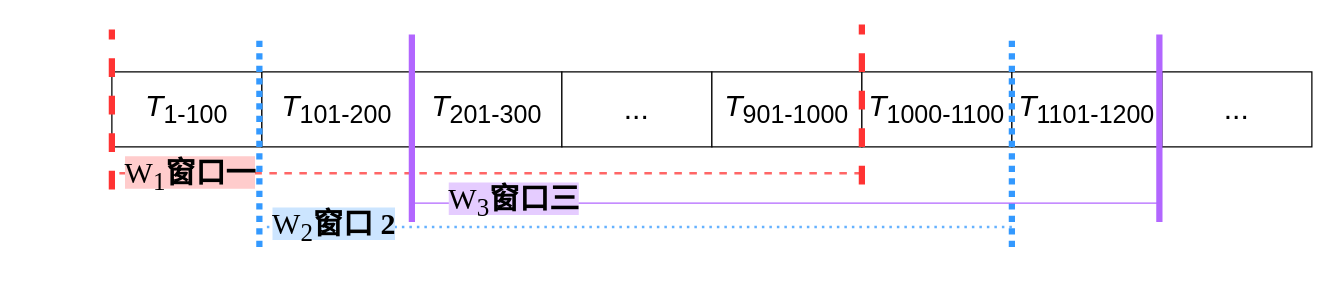
Above: figures/flowchart/windows.drawio in zoezou9/fp_mining (draw.io), before the change. Source tidied: cells renumbered, new cells numbered last; positions are measured from the earlier drawing's top-left corner, leaving out a move shared by most shapes. Both pictures are drawn from the tidied source at 125%, with x=0, y=0 at pixel (21, 24).
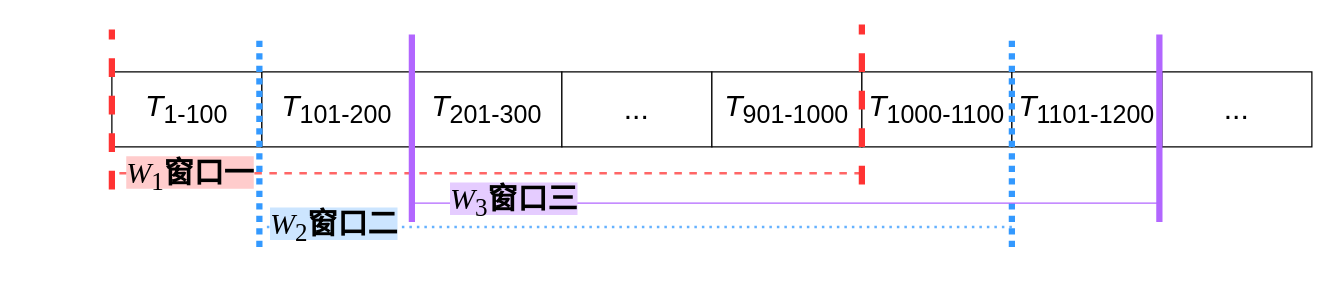
The same page after the edit.

Change to the diagram source:
```diff
@@
-    <mxCell id="14" value="&lt;font face=&quot;Times New Roman&quot; style=&quot;background-color: rgb(255, 204, 204); color: rgb(0, 0, 0); font-size: 24px;&quot;&gt;&lt;span style=&quot;line-height: 150%;&quot; lang=&quot;EN-US&quot;&gt;&lt;font style=&quot;&quot;&gt;W&lt;sub style=&quot;&quot;&gt;1&lt;/sub&gt;&lt;/font&gt;&lt;/span&gt;&lt;b style=&quot;&quot;&gt;窗口一&lt;/b&gt;&lt;/font&gt;" style="text;html=1;align=center;verticalAlign=middle;whiteSpace=wrap;rounded=0;" parent="1" vertex="1">
+    <mxCell id="14" value="&lt;font face=&quot;Times New Roman&quot; style=&quot;background-color: rgb(255, 204, 204); color: rgb(0, 0, 0); font-size: 24px;&quot;&gt;&lt;span style=&quot;line-height: 150%;&quot; lang=&quot;EN-US&quot;&gt;&lt;font style=&quot;&quot;&gt;&lt;i&gt;W&lt;/i&gt;&lt;sub style=&quot;&quot;&gt;1&lt;/sub&gt;&lt;/font&gt;&lt;/span&gt;&lt;b style=&quot;&quot;&gt;窗口一&lt;/b&gt;&lt;/font&gt;" style="text;html=1;align=center;verticalAlign=middle;whiteSpace=wrap;rounded=0;" parent="1" vertex="1">
       <mxGeometry y="92" width="270" height="60" as="geometry" />
     </mxCell>
-    <mxCell id="15" value="&lt;font face=&quot;Times New Roman&quot; style=&quot;color: rgb(0, 0, 0); background-color: rgb(204, 229, 255); font-size: 24px;&quot;&gt;&lt;span style=&quot;line-height: 150%;&quot; lang=&quot;EN-US&quot;&gt;&lt;font style=&quot;&quot;&gt;W&lt;sub style=&quot;&quot;&gt;2&lt;/sub&gt;&lt;/font&gt;&lt;/span&gt;&lt;b style=&quot;&quot;&gt;窗口 2&lt;/b&gt;&lt;/font&gt;" style="text;html=1;align=center;verticalAlign=middle;whiteSpace=wrap;rounded=0;" parent="1" vertex="1">
+    <mxCell id="15" value="&lt;font face=&quot;Times New Roman&quot; style=&quot;color: rgb(0, 0, 0); background-color: rgb(204, 229, 255); font-size: 24px;&quot;&gt;&lt;span style=&quot;line-height: 150%;&quot; lang=&quot;EN-US&quot;&gt;&lt;font style=&quot;&quot;&gt;&lt;i&gt;W&lt;/i&gt;&lt;sub style=&quot;&quot;&gt;2&lt;/sub&gt;&lt;/font&gt;&lt;/span&gt;&lt;b style=&quot;&quot;&gt;窗口二&lt;/b&gt;&lt;/font&gt;" style="text;html=1;align=center;verticalAlign=middle;whiteSpace=wrap;rounded=0;" parent="1" vertex="1">
       <mxGeometry x="195" y="138" width="110" height="50" as="geometry" />
     </mxCell>
@@
-    <mxCell id="21" value="&lt;font face=&quot;Times New Roman&quot; style=&quot;color: rgb(0, 0, 0); background-color: rgb(229, 204, 255); font-size: 24px;&quot;&gt;&lt;span style=&quot;line-height: 150%;&quot; lang=&quot;EN-US&quot;&gt;&lt;font style=&quot;&quot;&gt;W&lt;sub style=&quot;&quot;&gt;3&lt;/sub&gt;&lt;/font&gt;&lt;/span&gt;&lt;b style=&quot;&quot;&gt;窗口三&lt;/b&gt;&lt;/font&gt;" style="text;html=1;align=center;verticalAlign=middle;whiteSpace=wrap;rounded=0;" parent="1" vertex="1">
+    <mxCell id="21" value="&lt;font face=&quot;Times New Roman&quot; style=&quot;color: rgb(0, 0, 0); background-color: rgb(229, 204, 255); font-size: 24px;&quot;&gt;&lt;span style=&quot;line-height: 150%;&quot; lang=&quot;EN-US&quot;&gt;&lt;font style=&quot;&quot;&gt;&lt;i&gt;W&lt;/i&gt;&lt;sub style=&quot;&quot;&gt;3&lt;/sub&gt;&lt;/font&gt;&lt;/span&gt;&lt;b style=&quot;&quot;&gt;窗口三&lt;/b&gt;&lt;/font&gt;" style="text;html=1;align=center;verticalAlign=middle;whiteSpace=wrap;rounded=0;" parent="1" vertex="1">
       <mxGeometry x="324" y="83" width="140" height="120" as="geometry" />
     </mxCell>
```
